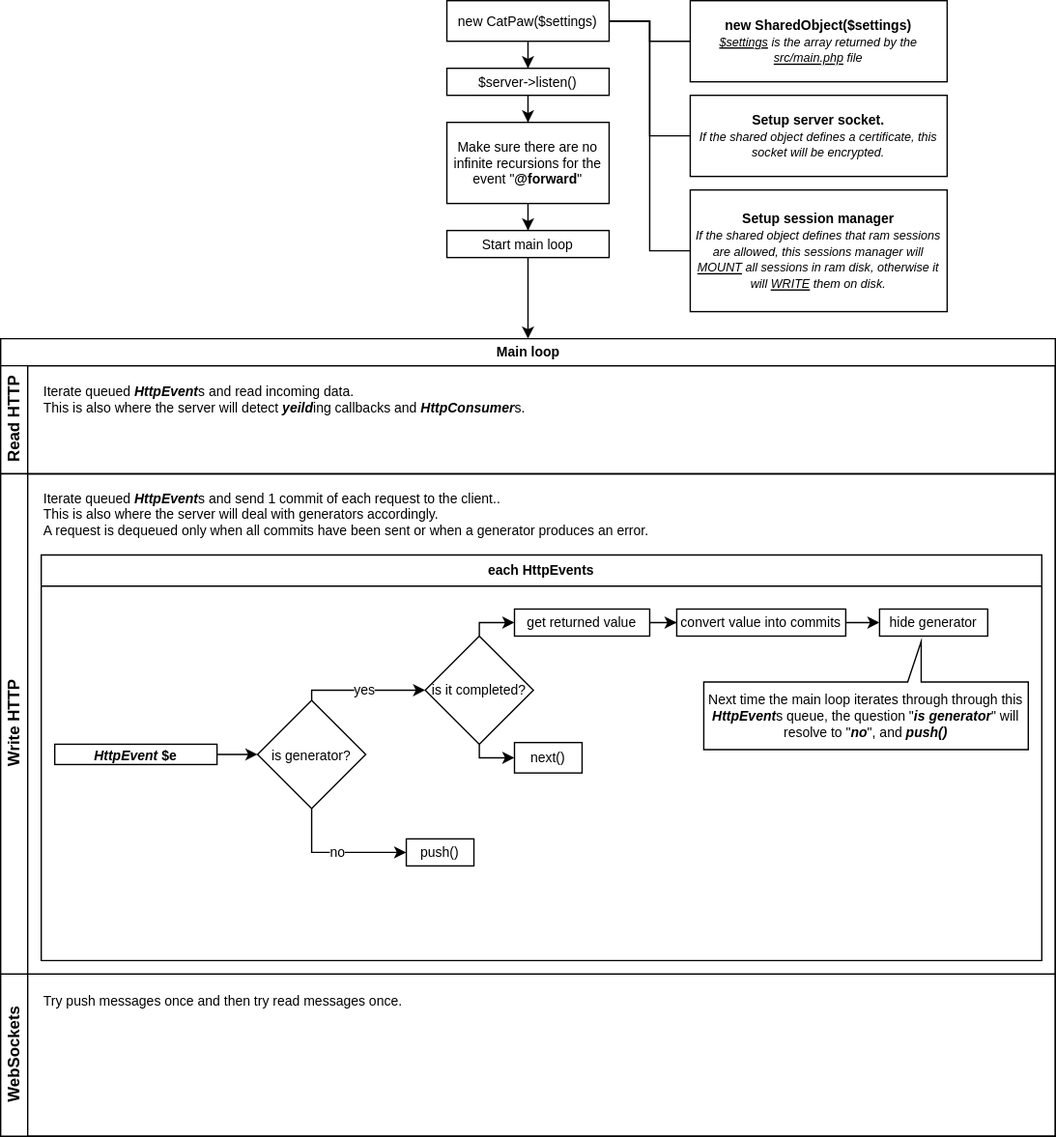
Before: diagram.svg, a diagram exported from draw.io (razshare/catpaw-starter). Source tidied: cells renumbered, new cells last; positions are measured from the earlier drawing's top-left corner, leaving out a move shared by most shapes. The source it was exported from:
```xml
<mxGraphModel>
  <root>
    <mxCell id="0" />
    <mxCell id="1" parent="0" />
    <mxCell id="2" style="edgeStyle=orthogonalEdgeStyle;rounded=0;jettySize=auto;html=1;" parent="1" edge="1" source="5" target="8">
      <mxGeometry relative="1" as="geometry" />
    </mxCell>
    <mxCell id="3" style="edgeStyle=orthogonalEdgeStyle;rounded=0;jettySize=auto;html=1;entryX=0;entryY=0.5;entryDx=0;entryDy=0;fontSize=10;endArrow=none;endFill=0;" parent="1" edge="1" source="5" target="10">
      <mxGeometry relative="1" as="geometry" />
    </mxCell>
    <mxCell id="4" style="edgeStyle=orthogonalEdgeStyle;rounded=0;jettySize=auto;html=1;entryX=0;entryY=0.5;entryDx=0;entryDy=0;fontSize=10;endArrow=none;endFill=0;" parent="1" edge="1" source="5" target="11">
      <mxGeometry relative="1" as="geometry" />
    </mxCell>
    <mxCell id="5" value="new CatPaw($settings)" style="rounded=0;whiteSpace=wrap;html=1;fontSize=10;" parent="1" vertex="1">
      <mxGeometry x="330" width="120" height="30" as="geometry" />
    </mxCell>
    <mxCell id="6" style="edgeStyle=orthogonalEdgeStyle;rounded=0;jettySize=auto;html=1;exitX=1;exitY=0.5;exitDx=0;exitDy=0;endArrow=none;endFill=0;" parent="1" edge="1" source="5" target="9">
      <mxGeometry relative="1" as="geometry" />
    </mxCell>
    <mxCell id="7" style="edgeStyle=orthogonalEdgeStyle;rounded=0;jettySize=auto;html=1;entryX=0.5;entryY=0;entryDx=0;entryDy=0;endArrow=classic;endFill=1;strokeColor=#000000;fontSize=10;" parent="1" edge="1" source="8" target="13">
      <mxGeometry relative="1" as="geometry" />
    </mxCell>
    <mxCell id="8" value="&lt;font style=&quot;font-size: 10px&quot;&gt;$server-&amp;gt;listen()&lt;/font&gt;" style="rounded=0;whiteSpace=wrap;html=1;" parent="1" vertex="1">
      <mxGeometry x="330" y="50" width="120" height="20" as="geometry" />
    </mxCell>
    <mxCell id="9" value="&lt;b&gt;new SharedObject($settings)&lt;/b&gt;&lt;br&gt;&lt;i&gt;&lt;font style=&quot;font-size: 9px&quot;&gt;&lt;u&gt;$settings&lt;/u&gt; is the array returned by the &lt;u&gt;src/main.php&lt;/u&gt;&amp;nbsp;file&lt;/font&gt;&lt;/i&gt;" style="rounded=0;whiteSpace=wrap;html=1;fontSize=10;" parent="1" vertex="1">
      <mxGeometry x="510" width="190" height="60" as="geometry" />
    </mxCell>
    <mxCell id="10" value="&lt;b&gt;&lt;font style=&quot;font-size: 10px&quot;&gt;Setup session manager&lt;/font&gt;&lt;/b&gt;&lt;br&gt;&lt;font style=&quot;font-size: 9px&quot;&gt;&lt;i&gt;If the shared object defines that ram sessions are allowed, this sessions manager will &lt;u&gt;MOUNT&lt;/u&gt; all sessions in ram disk, otherwise it will &lt;u&gt;WRITE&lt;/u&gt;&amp;nbsp;them on disk.&lt;/i&gt;&lt;/font&gt;" style="rounded=0;whiteSpace=wrap;html=1;fontSize=10;" parent="1" vertex="1">
      <mxGeometry x="510" y="140" width="190" height="90" as="geometry" />
    </mxCell>
    <mxCell id="11" value="&lt;b&gt;Setup server socket.&lt;/b&gt;&lt;br&gt;&lt;font style=&quot;font-size: 9px&quot;&gt;&lt;i&gt;If the shared object defines a certificate, this socket will be encrypted.&lt;/i&gt;&lt;/font&gt;" style="rounded=0;whiteSpace=wrap;html=1;fontSize=10;" parent="1" vertex="1">
      <mxGeometry x="510" y="70" width="190" height="60" as="geometry" />
    </mxCell>
    <mxCell id="12" style="edgeStyle=orthogonalEdgeStyle;rounded=0;jettySize=auto;html=1;entryX=0.5;entryY=0;entryDx=0;entryDy=0;endArrow=classic;endFill=1;strokeColor=#000000;fontSize=10;" parent="1" edge="1" source="13" target="15">
      <mxGeometry relative="1" as="geometry" />
    </mxCell>
    <mxCell id="13" value="Make sure there are no infinite recursions for the event &quot;&lt;b&gt;@forward&lt;/b&gt;&quot;" style="rounded=0;whiteSpace=wrap;html=1;fontSize=10;" parent="1" vertex="1">
      <mxGeometry x="330" y="90" width="120" height="60" as="geometry" />
    </mxCell>
    <mxCell id="14" style="edgeStyle=orthogonalEdgeStyle;rounded=0;jettySize=auto;html=1;entryX=0.5;entryY=0;entryDx=0;entryDy=0;endArrow=classic;endFill=1;strokeColor=#000000;fontSize=10;" parent="1" edge="1" source="15" target="16">
      <mxGeometry relative="1" as="geometry" />
    </mxCell>
    <mxCell id="15" value="Start main loop" style="rounded=0;whiteSpace=wrap;html=1;fontSize=10;" parent="1" vertex="1">
      <mxGeometry x="330" y="170" width="120" height="20" as="geometry" />
    </mxCell>
    <mxCell id="16" value="Main loop" style="swimlane;html=1;horizontal=1;startSize=20;fontSize=10;" parent="1" vertex="1">
      <mxGeometry y="250" width="780" height="590" as="geometry" />
    </mxCell>
    <mxCell id="17" value="Read HTTP" style="swimlane;html=1;startSize=20;horizontal=0;" parent="16" vertex="1">
      <mxGeometry y="20" width="780" height="80" as="geometry" />
    </mxCell>
    <mxCell id="18" value="Iterate queued &lt;b&gt;&lt;i&gt;HttpEvent&lt;/i&gt;&lt;/b&gt;s and read incoming data.&lt;br&gt;&lt;div&gt;This is also where the server will detect &lt;b&gt;&lt;i&gt;yeild&lt;/i&gt;&lt;/b&gt;ing callbacks and &lt;b&gt;&lt;i&gt;HttpConsumer&lt;/i&gt;&lt;/b&gt;s.&lt;/div&gt;" style="text;html=1;align=left;verticalAlign=middle;fontSize=10;" parent="17" vertex="1">
      <mxGeometry x="30" y="10" width="370" height="30" as="geometry" />
    </mxCell>
    <mxCell id="19" value="Write HTTP" style="swimlane;html=1;startSize=20;horizontal=0;" parent="16" vertex="1">
      <mxGeometry y="100" width="780" height="370" as="geometry" />
    </mxCell>
    <mxCell id="20" value="Iterate queued &lt;b&gt;&lt;i&gt;HttpEvent&lt;/i&gt;&lt;/b&gt;s and send 1 commit of each request to the client..&lt;br&gt;This is also where the server will deal with generators accordingly.&lt;br&gt;A request is dequeued only when all commits have been sent or when a generator produces an error." style="text;html=1;align=left;verticalAlign=middle;fontSize=10;" parent="19" vertex="1">
      <mxGeometry x="30" y="10" width="460" height="40" as="geometry" />
    </mxCell>
    <mxCell id="21" value="each HttpEvents" style="swimlane;fontSize=10;fontStyle=1;" parent="19" vertex="1">
      <mxGeometry x="30" y="60" width="740" height="300" as="geometry" />
    </mxCell>
    <mxCell id="22" style="edgeStyle=orthogonalEdgeStyle;rounded=0;jettySize=auto;html=1;endArrow=classic;endFill=1;strokeColor=#000000;fontSize=10;" parent="21" edge="1" source="23" target="26">
      <mxGeometry relative="1" as="geometry" />
    </mxCell>
    <mxCell id="23" value="&lt;b&gt;&lt;i&gt;HttpEvent&lt;/i&gt; $e&lt;/b&gt;" style="rounded=0;whiteSpace=wrap;html=1;fontSize=10;" parent="21" vertex="1">
      <mxGeometry x="10" y="140" width="120" height="15" as="geometry" />
    </mxCell>
    <mxCell id="24" value="yes" style="edgeStyle=orthogonalEdgeStyle;rounded=0;jettySize=auto;html=1;entryX=0;entryY=0.5;entryDx=0;entryDy=0;endArrow=classic;endFill=1;fontSize=10;" parent="21" edge="1" source="26" target="29">
      <mxGeometry relative="1" as="geometry">
        <Array as="points">
          <mxPoint x="200" y="100" />
        </Array>
      </mxGeometry>
    </mxCell>
    <mxCell id="25" value="no" style="edgeStyle=orthogonalEdgeStyle;rounded=0;jettySize=auto;html=1;entryX=0;entryY=0.5;entryDx=0;entryDy=0;endArrow=classic;endFill=1;strokeColor=#000000;fontSize=10;" parent="21" edge="1" source="26" target="37">
      <mxGeometry relative="1" as="geometry">
        <Array as="points">
          <mxPoint x="200" y="220" />
        </Array>
      </mxGeometry>
    </mxCell>
    <mxCell id="26" value="is generator?" style="rhombus;whiteSpace=wrap;html=1;fontSize=10;" parent="21" vertex="1">
      <mxGeometry x="160" y="107.5" width="80" height="80" as="geometry" />
    </mxCell>
    <mxCell id="27" style="edgeStyle=orthogonalEdgeStyle;rounded=0;jettySize=auto;html=1;entryX=0;entryY=0.5;entryDx=0;entryDy=0;endArrow=classic;endFill=1;strokeColor=#000000;fontSize=10;" parent="21" edge="1" source="29" target="30">
      <mxGeometry relative="1" as="geometry">
        <Array as="points">
          <mxPoint x="324" y="150" />
        </Array>
      </mxGeometry>
    </mxCell>
    <mxCell id="28" style="edgeStyle=orthogonalEdgeStyle;rounded=0;jettySize=auto;html=1;endArrow=classic;endFill=1;strokeColor=#000000;fontSize=10;" parent="21" edge="1" source="29" target="32">
      <mxGeometry relative="1" as="geometry">
        <Array as="points">
          <mxPoint x="324" y="50" />
        </Array>
      </mxGeometry>
    </mxCell>
    <mxCell id="29" value="is it completed?" style="rhombus;whiteSpace=wrap;html=1;fontSize=10;" parent="21" vertex="1">
      <mxGeometry x="284" y="60" width="80" height="80" as="geometry" />
    </mxCell>
    <mxCell id="30" value="&lt;a href=&quot;https://www.php.net/manual/en/generator.next.php&quot;&gt;next()&lt;/a&gt;" style="rounded=0;whiteSpace=wrap;html=1;fontSize=10;" parent="21" vertex="1">
      <mxGeometry x="350" y="138.8" width="50" height="22.5" as="geometry" />
    </mxCell>
    <mxCell id="31" style="edgeStyle=orthogonalEdgeStyle;rounded=0;jettySize=auto;html=1;entryX=0;entryY=0.5;entryDx=0;entryDy=0;endArrow=classic;endFill=1;strokeColor=#000000;fontSize=10;" parent="21" edge="1" source="32" target="34">
      <mxGeometry relative="1" as="geometry" />
    </mxCell>
    <mxCell id="32" value="get returned value" style="rounded=0;whiteSpace=wrap;html=1;fontSize=10;" parent="21" vertex="1">
      <mxGeometry x="350" y="40" width="100" height="20" as="geometry" />
    </mxCell>
    <mxCell id="33" style="edgeStyle=orthogonalEdgeStyle;rounded=0;jettySize=auto;html=1;entryX=0;entryY=0.5;entryDx=0;entryDy=0;endArrow=classic;endFill=1;strokeColor=#000000;fontSize=10;" parent="21" edge="1" source="34" target="35">
      <mxGeometry relative="1" as="geometry" />
    </mxCell>
    <mxCell id="34" value="convert value into commits" style="rounded=0;whiteSpace=wrap;html=1;fontSize=10;" parent="21" vertex="1">
      <mxGeometry x="470" y="40" width="125" height="20" as="geometry" />
    </mxCell>
    <mxCell id="35" value="hide generator" style="rounded=0;whiteSpace=wrap;html=1;fontSize=10;" parent="21" vertex="1">
      <mxGeometry x="620" y="40" width="80" height="20" as="geometry" />
    </mxCell>
    <mxCell id="36" value="Next time the main loop iterates through through this &lt;b&gt;&lt;i&gt;HttpEvent&lt;/i&gt;&lt;/b&gt;s queue, the question &quot;&lt;b&gt;&lt;i&gt;is generator&lt;/i&gt;&lt;/b&gt;&quot; will resolve to &quot;&lt;b&gt;&lt;i&gt;no&lt;/i&gt;&lt;/b&gt;&quot;, and &lt;b&gt;&lt;i&gt;push()&lt;/i&gt;&lt;/b&gt;" style="shape=callout;whiteSpace=wrap;html=1;perimeter=calloutPerimeter;fontSize=10;position2=0.33;direction=west;size=30;position=0.33;base=10;" parent="21" vertex="1">
      <mxGeometry x="490" y="64" width="240" height="80" as="geometry" />
    </mxCell>
    <mxCell id="37" value="&lt;a href=&quot;https://github.com/tncrazvan/catpaw/blob/7022b50436b54305c243930c37cd306be043c111/src/com/github/tncrazvan/catpaw/http/HttpEventManager.php#L265&quot;&gt;push()&lt;/a&gt;" style="rounded=0;whiteSpace=wrap;html=1;fontSize=10;" parent="21" vertex="1">
      <mxGeometry x="270" y="210" width="50" height="20" as="geometry" />
    </mxCell>
    <mxCell id="38" value="WebSockets" style="swimlane;html=1;startSize=20;horizontal=0;" parent="16" vertex="1">
      <mxGeometry y="470" width="780" height="120" as="geometry" />
    </mxCell>
    <mxCell id="39" value="Try push messages once and then try read messages once." style="text;html=1;align=left;verticalAlign=middle;fontSize=10;" parent="38" vertex="1">
      <mxGeometry x="30" y="10" width="280" height="20" as="geometry" />
    </mxCell>
  </root>
</mxGraphModel>
```
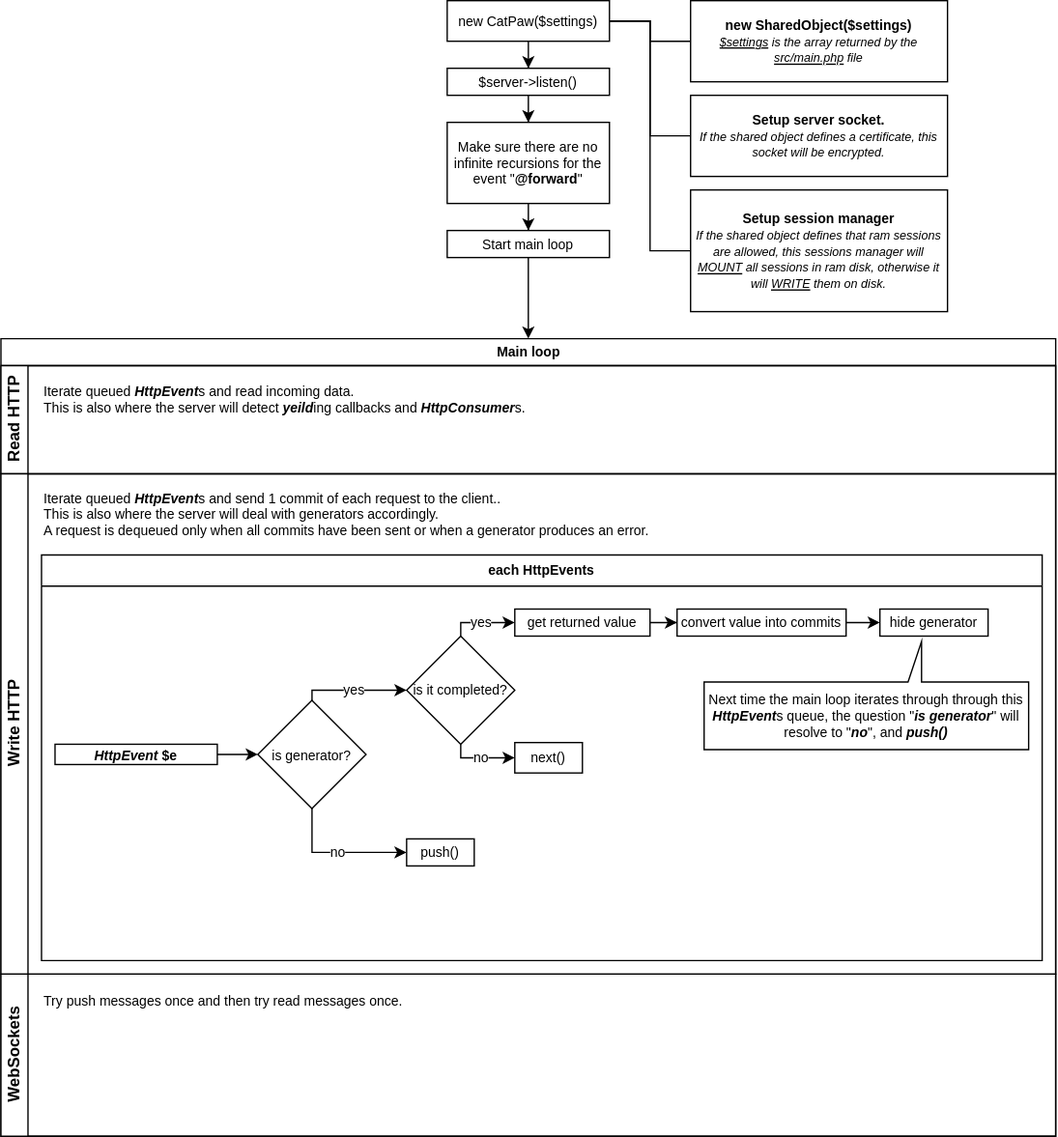
Later version of the same file.

Diff of the diagram source:
```diff
@@ -68,7 +68,7 @@
     <mxCell id="23" value="&lt;b&gt;&lt;i&gt;HttpEvent&lt;/i&gt; $e&lt;/b&gt;" style="rounded=0;whiteSpace=wrap;html=1;fontSize=10;" parent="21" vertex="1">
       <mxGeometry x="10" y="140" width="120" height="15" as="geometry" />
     </mxCell>
-    <mxCell id="24" value="yes" style="edgeStyle=orthogonalEdgeStyle;rounded=0;jettySize=auto;html=1;entryX=0;entryY=0.5;entryDx=0;entryDy=0;endArrow=classic;endFill=1;fontSize=10;" parent="21" edge="1" source="26" target="29">
+    <mxCell id="24" value="yes" style="edgeStyle=orthogonalEdgeStyle;rounded=0;jettySize=auto;html=1;endArrow=classic;endFill=1;fontSize=10;entryX=0;entryY=0.5;entryDx=0;entryDy=0;" parent="21" edge="1" source="26" target="29">
       <mxGeometry relative="1" as="geometry">
         <Array as="points">
           <mxPoint x="200" y="100" />
@@ -85,22 +85,22 @@
     <mxCell id="26" value="is generator?" style="rhombus;whiteSpace=wrap;html=1;fontSize=10;" parent="21" vertex="1">
       <mxGeometry x="160" y="107.5" width="80" height="80" as="geometry" />
     </mxCell>
-    <mxCell id="27" style="edgeStyle=orthogonalEdgeStyle;rounded=0;jettySize=auto;html=1;entryX=0;entryY=0.5;entryDx=0;entryDy=0;endArrow=classic;endFill=1;strokeColor=#000000;fontSize=10;" parent="21" edge="1" source="29" target="30">
+    <mxCell id="27" value="no" style="edgeStyle=orthogonalEdgeStyle;rounded=0;jettySize=auto;html=1;entryX=0;entryY=0.5;entryDx=0;entryDy=0;endArrow=classic;endFill=1;strokeColor=#000000;fontSize=10;" parent="21" edge="1" source="29" target="30">
       <mxGeometry relative="1" as="geometry">
         <Array as="points">
-          <mxPoint x="324" y="150" />
+          <mxPoint x="310" y="150" />
         </Array>
       </mxGeometry>
     </mxCell>
-    <mxCell id="28" style="edgeStyle=orthogonalEdgeStyle;rounded=0;jettySize=auto;html=1;endArrow=classic;endFill=1;strokeColor=#000000;fontSize=10;" parent="21" edge="1" source="29" target="32">
+    <mxCell id="28" value="yes" style="edgeStyle=orthogonalEdgeStyle;rounded=0;jettySize=auto;html=1;endArrow=classic;endFill=1;strokeColor=#000000;fontSize=10;" parent="21" edge="1" source="29" target="32">
       <mxGeometry relative="1" as="geometry">
         <Array as="points">
-          <mxPoint x="324" y="50" />
+          <mxPoint x="310" y="50" />
         </Array>
       </mxGeometry>
     </mxCell>
     <mxCell id="29" value="is it completed?" style="rhombus;whiteSpace=wrap;html=1;fontSize=10;" parent="21" vertex="1">
-      <mxGeometry x="284" y="60" width="80" height="80" as="geometry" />
+      <mxGeometry x="270" y="60" width="80" height="80" as="geometry" />
     </mxCell>
     <mxCell id="30" value="&lt;a href=&quot;https://www.php.net/manual/en/generator.next.php&quot;&gt;next()&lt;/a&gt;" style="rounded=0;whiteSpace=wrap;html=1;fontSize=10;" parent="21" vertex="1">
       <mxGeometry x="350" y="138.8" width="50" height="22.5" as="geometry" />
```
